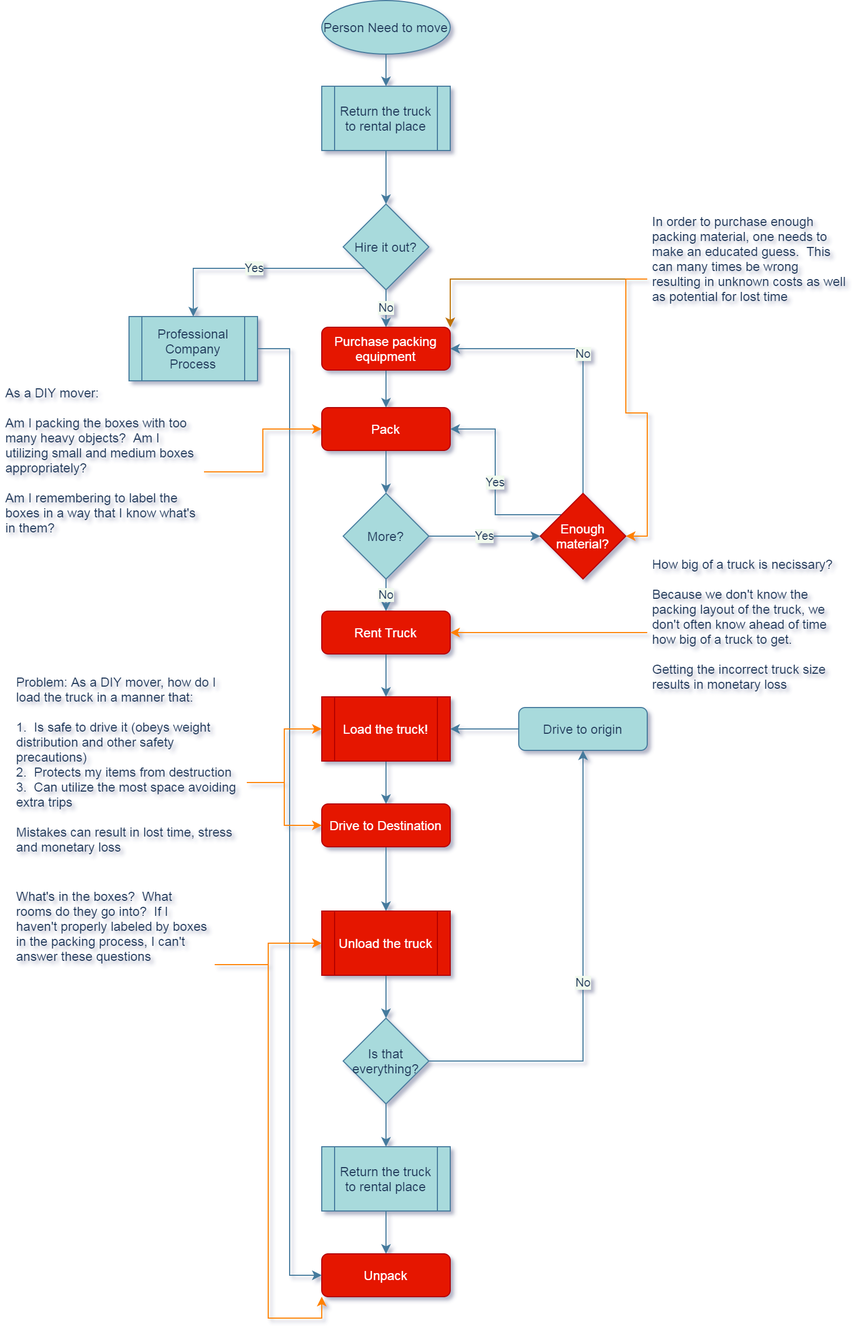
Earlier version of the draw.io export Documents/Moving High Level Overview.png (LP-76/load.in). Source tidied: cells renumbered, new cells last; positions are measured from the earlier drawing's top-left corner, leaving out a move shared by most shapes.
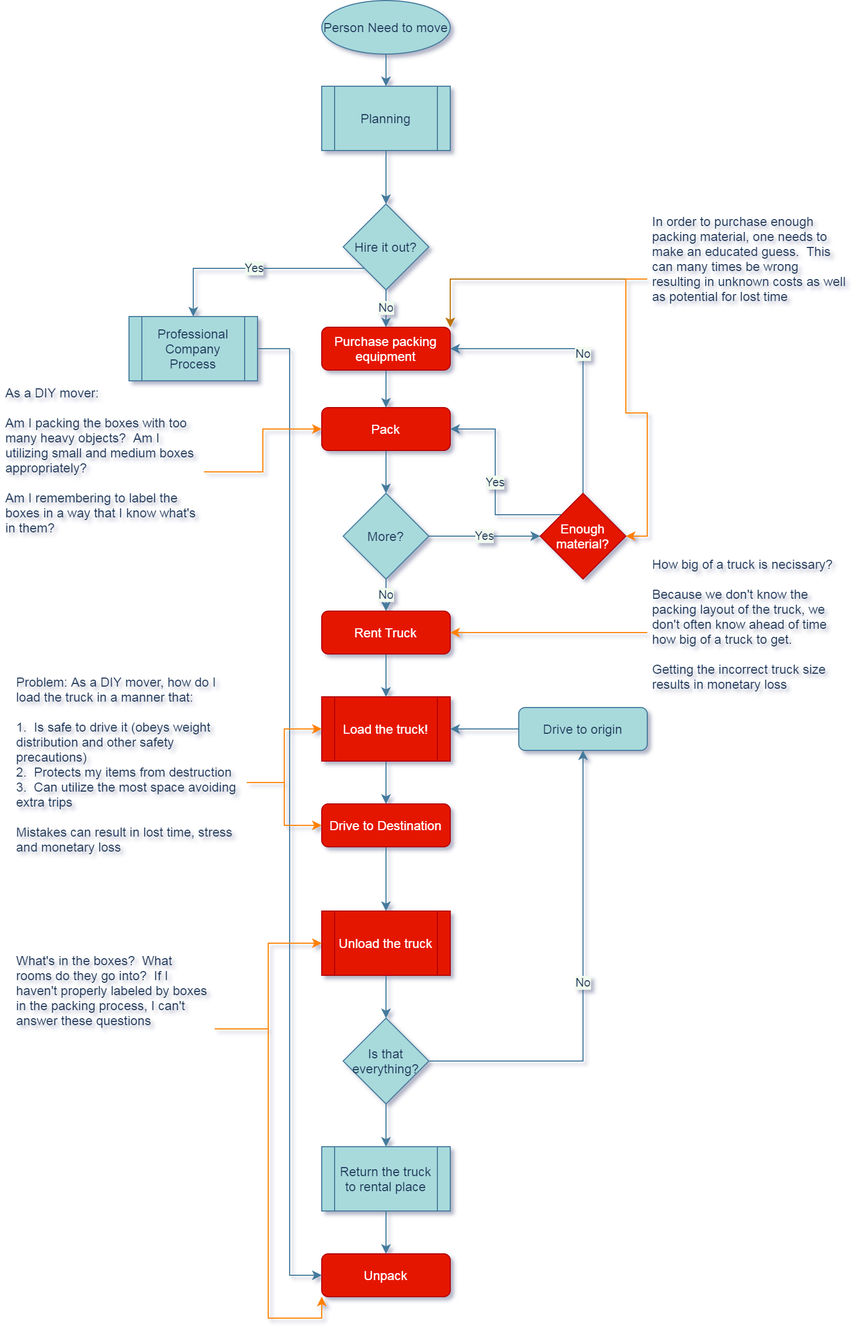
After the commit.

What changed in the source:
```diff
@@ -132,7 +132,7 @@
       <mxGeometry relative="1" as="geometry" />
     </mxCell>
     <mxCell id="45" value="What's in the boxes?&amp;nbsp; What rooms do they go into?&amp;nbsp; If I haven't properly labeled by boxes in the packing process, I can't answer these questions" style="text;html=1;strokeColor=none;fillColor=none;spacing=5;spacingTop=-20;whiteSpace=wrap;overflow=hidden;rounded=0;fontColor=#1D3557;" parent="1" vertex="1">
-      <mxGeometry x="10" y="840" width="190" height="120" as="geometry" />
+      <mxGeometry x="10" y="900" width="190" height="120" as="geometry" />
     </mxCell>
     <mxCell id="46" style="edgeStyle=orthogonalEdgeStyle;rounded=0;orthogonalLoop=1;jettySize=auto;html=1;exitX=0.5;exitY=1;exitDx=0;exitDy=0;strokeColor=#457B9D;labelBackgroundColor=#F1FAEE;fontColor=#1D3557;" parent="1" edge="1" source="45" target="45">
       <mxGeometry relative="1" as="geometry" />
@@ -146,7 +146,7 @@
     <mxCell id="49" style="edgeStyle=orthogonalEdgeStyle;rounded=0;jettySize=auto;html=1;entryX=0.5;entryY=0;entryDx=0;entryDy=0;strokeColor=#457B9D;" parent="1" edge="1" source="50" target="6">
       <mxGeometry relative="1" as="geometry" />
     </mxCell>
-    <mxCell id="50" value="Return the truck to rental place" style="shape=process;whiteSpace=wrap;html=1;backgroundOutline=1;fillColor=#A8DADC;strokeColor=#457B9D;fontColor=#1D3557;" parent="1" vertex="1">
+    <mxCell id="50" value="Planning" style="shape=process;whiteSpace=wrap;html=1;backgroundOutline=1;fillColor=#A8DADC;strokeColor=#457B9D;fontColor=#1D3557;" parent="1" vertex="1">
       <mxGeometry x="300" y="80" width="120" height="60" as="geometry" />
     </mxCell>
   </root>
```
